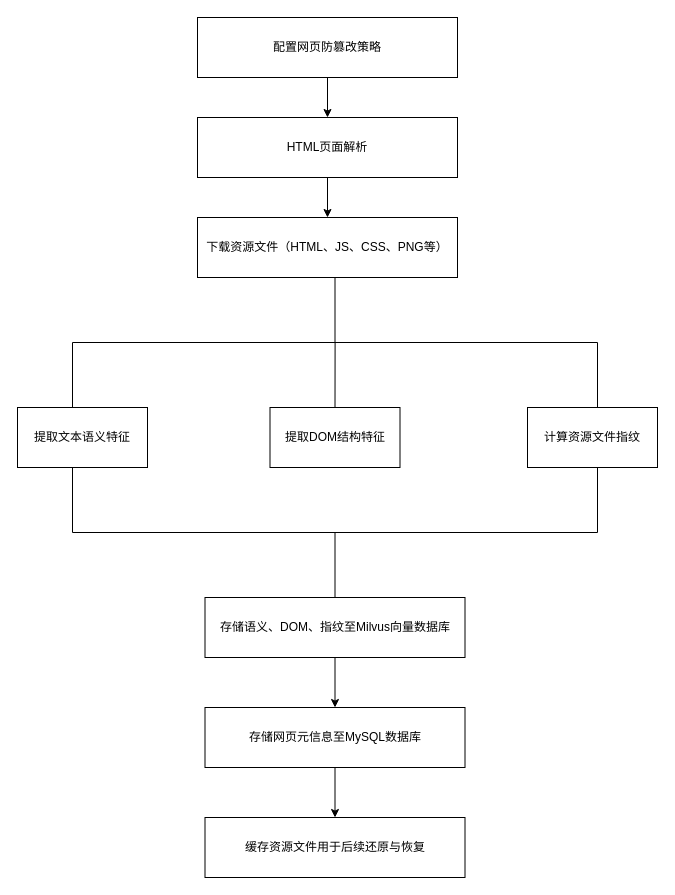
Earlier version of the draw.io diagram 流程图1.drawio (allurelzh/flask_demo). Source tidied: cells renumbered, new cells numbered last; positions are measured from the earlier drawing's top-left corner, leaving out a move shared by most shapes. Both pictures are drawn from the tidied source at 100%, with x=0, y=0 at pixel (17, 17).
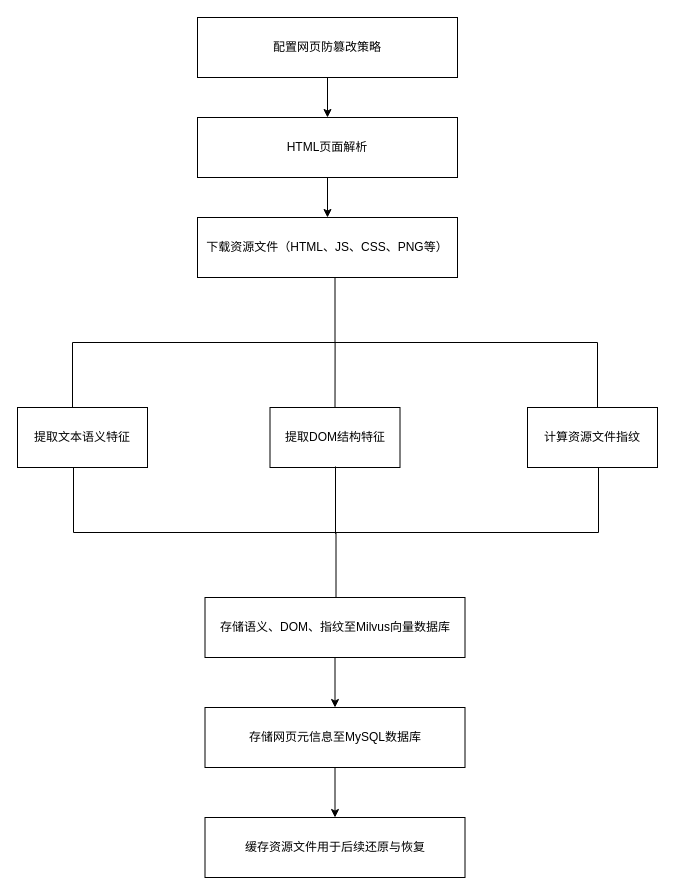
The same page after the edit.

Commit message (it also covers changes not shown here):
更新流程图1.drawio

Diff of the diagram source:
```diff
@@
     <mxCell id="12" style="strokeWidth=1;html=1;shape=mxgraph.flowchart.annotation_2;align=left;labelPosition=right;direction=north;strokeColor=default;" parent="1" vertex="1">
-      <mxGeometry x="55" y="450" width="525" height="130" as="geometry" />
+      <mxGeometry x="56" y="450" width="525" height="130" as="geometry" />
     </mxCell>
@@
+    <mxCell id="18" style="endArrow=none;html=1;rounded=0;exitX=0.482;exitY=0.499;exitDx=0;exitDy=0;exitPerimeter=0;" parent="1" edge="1">
+      <mxGeometry relative="1" as="geometry">
+        <mxPoint x="318" y="516.3" as="sourcePoint" />
+        <mxPoint x="318" y="449" as="targetPoint" />
+      </mxGeometry>
+    </mxCell>
```
